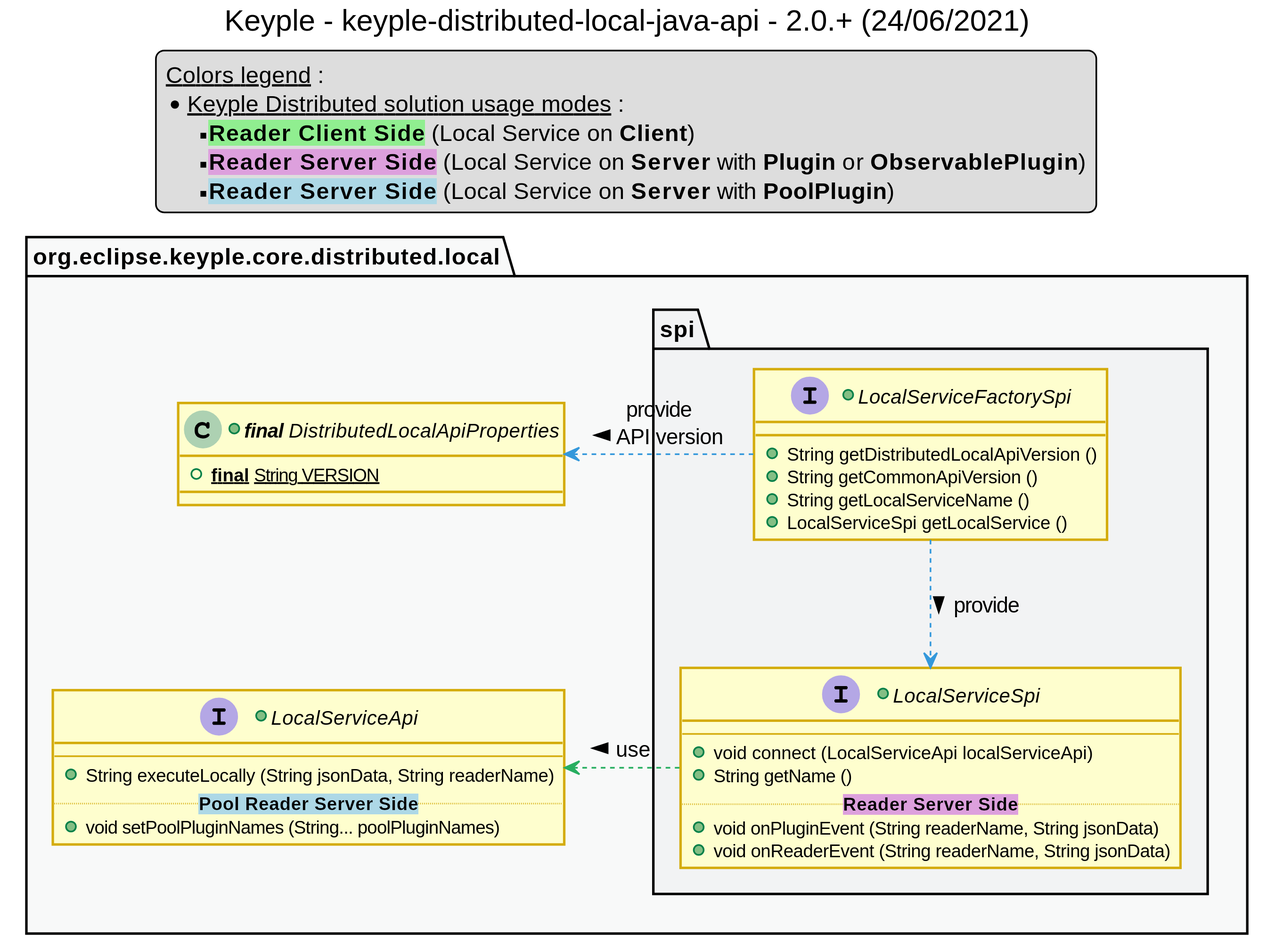
This is src/main/uml/api_class_diagram.svg from eclipse-keyple/keyple-distributed-local-java-api, a PlantUML export, as it was before one commit.
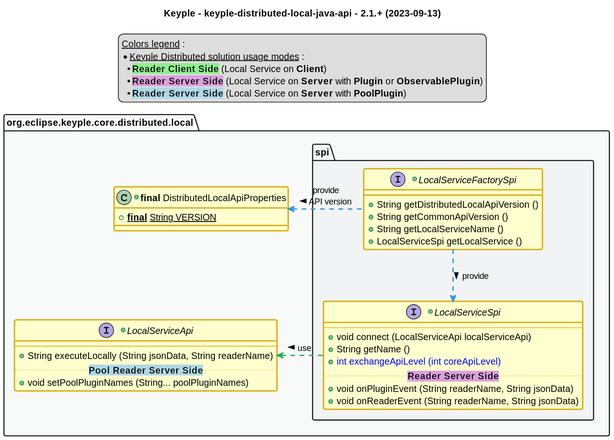
Above is the later version.

Commit message:
feat: add a way to exchange the API level between the core and the distributed layer (#6)

What changed in the source:
```diff
@@ -1,6 +1,6 @@
 @startuml
 title
-    Keyple - keyple-distributed-local-java-api - 2.0.+ (24/06/2021)
+    Keyple - keyple-distributed-local-java-api - 2.1.+ (2023-09-13)
 end title
 
 
@@ -13,13 +13,16 @@
 !define C_LINK 3498DB
 !define C_USE 27AE60
 
-skinparam Shadowing false
-skinparam ClassFontStyle italic
-skinparam ClassBorderColor #D4AC0D
 skinparam stereotypeABorderColor #A9DCDF
 skinparam stereotypeIBorderColor #B4A7E5
 skinparam stereotypeCBorderColor #ADD1B2
 skinparam stereotypeEBorderColor #EB93DF
+
+skinparam ClassBorderThickness 2
+skinparam ArrowThickness 2
+
+skinparam ClassBackgroundColor #FEFECE
+skinparam ClassBorderColor #D4AC0D
 skinparam ClassBackgroundColor<<red>> #FDEDEC
 skinparam ClassBorderColor<<red>> #E74C3C
 hide <<red>> stereotype
@@ -66,6 +69,7 @@
             --
             +void connect (LocalServiceApi localServiceApi)
             +String getName ()
+            +<color:blue>int exchangeApiLevel (int coreApiLevel)
             .. <back:plum>**Reader Server Side**</back> ..
             +void onPluginEvent (String readerName, String jsonData)
             +void onReaderEvent (String readerName, String jsonData)
@@ -83,6 +87,5 @@
 
 
 package api #C_GREY1 {}
-package spi #C_GREY2 {}
-
+package api.spi #C_GREY2 {}
 @enduml
```
